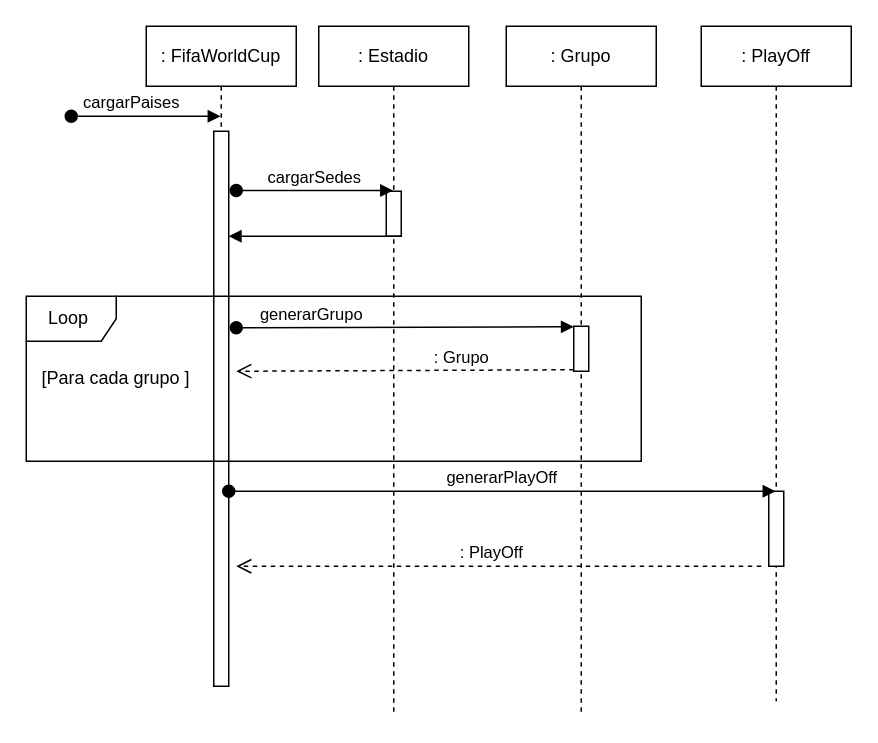
This is Diagrama sin título.drawio from ThePaltu/Proyecto-taller-lenguaje-2, a draw.io file, before an edit. Source tidied: cells renumbered, new cells numbered last; positions are measured from the earlier drawing's top-left corner, leaving out a move shared by most shapes. Both pictures are drawn from the tidied source at 150%, with x=0, y=0 at pixel (26, 26).
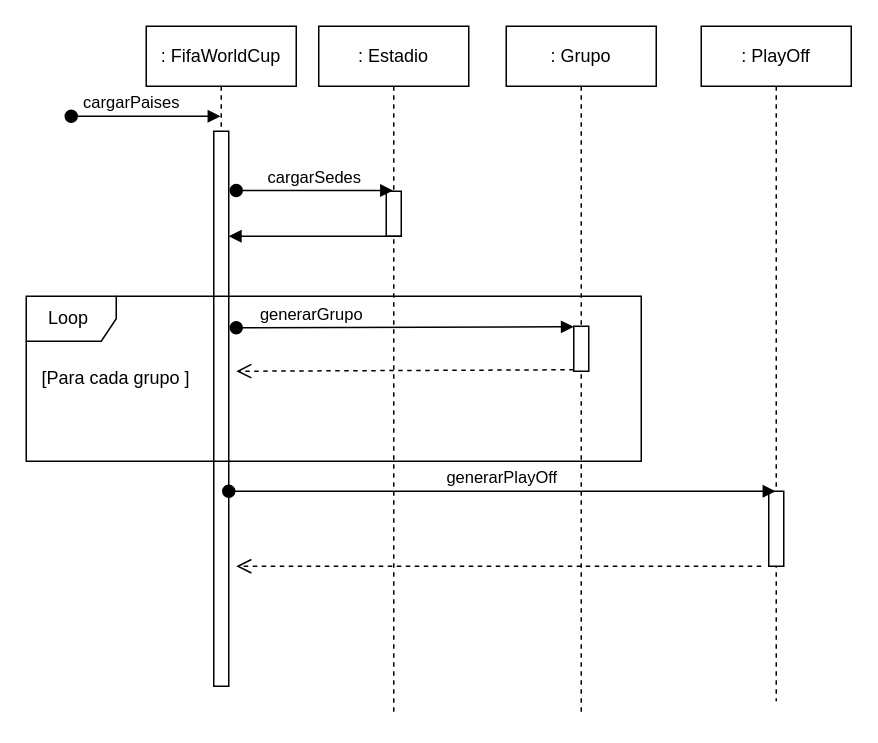
After the change.

Unchanged cells that the change refers to:
```xml
<mxCell id="15" value=": PlayOff" style="shape=umlLifeline;perimeter=lifelinePerimeter;whiteSpace=wrap;html=1;outlineConnect=0;" parent="1" vertex="1">
  <mxGeometry x="450" width="100" height="450" as="geometry" />
</mxCell>
```

Diff of the diagram source:
```diff
@@
-    <mxCell id="14" value=": Grupo" style="html=1;verticalAlign=bottom;endArrow=open;dashed=1;endSize=8;rounded=0;" parent="1" edge="1">
+    <mxCell id="14" style="html=1;verticalAlign=bottom;endArrow=open;dashed=1;endSize=8;rounded=0;" parent="1" edge="1">
       <mxGeometry x="-0.33" y="1" relative="1" as="geometry">
         <mxPoint x="365" y="229" as="sourcePoint" />
         <mxPoint x="140" y="230" as="targetPoint" />
       </mxGeometry>
     </mxCell>
@@
-    <mxCell id="17" value=": PlayOff" style="html=1;verticalAlign=bottom;endArrow=open;dashed=1;endSize=8;rounded=0;" parent="15" edge="1">
+    <mxCell id="17" style="html=1;verticalAlign=bottom;endArrow=open;dashed=1;endSize=8;rounded=0;" parent="15" edge="1">
       <mxGeometry x="0.03" relative="1" as="geometry">
         <mxPoint x="40" y="360" as="sourcePoint" />
         <mxPoint x="-310" y="360" as="targetPoint" />
       </mxGeometry>
     </mxCell>
```
